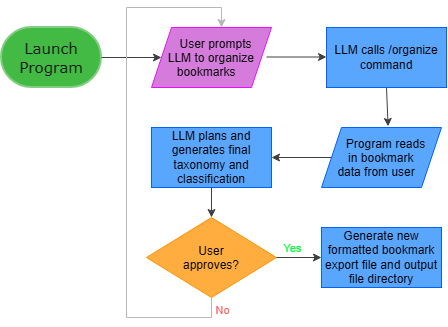
This is docs/Architectural Flowchart.drawio.png from joejoemallianjoe/Agentic-bookmark-organizer, a draw.io export, as it was before one commit. Source tidied: cells renumbered, new cells last; positions are measured from the earlier drawing's top-left corner, leaving out a move shared by most shapes.
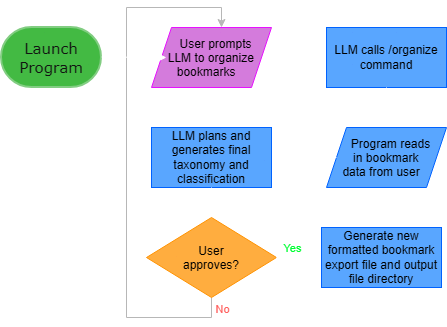
The same file after the commit.

Commit message:
Fixed architectural flowchart

The edit, as a diff of the source:
```diff
@@ -5,23 +5,14 @@
     <mxCell id="2" value="&lt;font face=&quot;Verdana&quot; style=&quot;font-size: 15px;&quot;&gt;Launch Program&lt;/font&gt;" style="strokeWidth=2;html=1;shape=mxgraph.flowchart.terminator;whiteSpace=wrap;fillColor=#008a00;fontColor=#ffffff;strokeColor=#005700;" parent="1" vertex="1">
       <mxGeometry y="20" width="100" height="60" as="geometry" />
     </mxCell>
-    <mxCell id="3" style="endArrow=classic;html=1;rounded=0;defaultLabelBackgroundColor=page;exitX=1;exitY=0.5;exitDx=0;exitDy=0;exitPerimeter=0;fillColor=#d5e8d4;strokeColor=light-dark(#82B366,#3F3F3F);" parent="1" edge="1" source="2">
-      <mxGeometry relative="1" as="geometry">
-        <mxPoint x="160" y="50" as="targetPoint" />
-      </mxGeometry>
-    </mxCell>
     <mxCell id="4" value="LLM plans and generates final taxonomy and classification" style="rounded=0;whiteSpace=wrap;html=1;strokeColor=light-dark(#000000,#0062FF);fillColor=light-dark(#FFFFFF,#59A6FF);fontColor=light-dark(#000000,#000000);" parent="1" vertex="1">
       <mxGeometry x="150" y="120" width="120" height="60" as="geometry" />
     </mxCell>
-    <mxCell id="5" style="endArrow=classic;html=1;rounded=0;defaultLabelBackgroundColor=page;exitX=1;exitY=0.5;exitDx=0;exitDy=0;exitPerimeter=0;fillColor=#d5e8d4;strokeColor=light-dark(#82B366,#3F3F3F);" parent="1" edge="1">
+    <mxCell id="5" style="endArrow=classic;html=1;rounded=0;defaultLabelBackgroundColor=page;exitX=1;exitY=0.5;exitDx=0;exitDy=0;exitPerimeter=0;fillColor=#f5f5f5;strokeColor=light-dark(#666666,#FFFFFF);strokeWidth=1;entryX=0;entryY=0.5;entryDx=0;entryDy=0;" parent="1" edge="1" target="7">
       <mxGeometry relative="1" as="geometry">
-        <mxPoint x="265" y="49.5" as="sourcePoint" />
-        <mxPoint x="325" y="49.5" as="targetPoint" />
+        <mxPoint x="260" y="49.5" as="sourcePoint" />
       </mxGeometry>
     </mxCell>
-    <mxCell id="6" style="endArrow=classic;html=1;rounded=0;defaultLabelBackgroundColor=page;exitX=0.5;exitY=1;exitDx=0;exitDy=0;fillColor=#d5e8d4;strokeColor=light-dark(#82B366,#3F3F3F);entryX=0.555;entryY=-0.018;entryDx=0;entryDy=0;entryPerimeter=0;" parent="1" edge="1" source="7" target="9">
-      <mxGeometry relative="1" as="geometry" />
-    </mxCell>
     <mxCell id="7" value="LLM calls /organize command" style="rounded=0;whiteSpace=wrap;html=1;strokeColor=light-dark(#000000,#0062FF);fillColor=light-dark(#FFFFFF,#59A6FF);fontColor=light-dark(#000000,#000000);" parent="1" vertex="1">
       <mxGeometry x="325" y="20" width="120" height="60" as="geometry" />
     </mxCell>
@@ -29,12 +20,9 @@
       <mxGeometry x="150" y="20" width="120" height="60" as="geometry" />
     </mxCell>
     <mxCell id="9" value="Program reads in bookmark data from user" style="shape=parallelogram;perimeter=parallelogramPerimeter;whiteSpace=wrap;html=1;shapeInside=1;fixedSize=1;fillColor=light-dark(#000000,#59A6FF);strokeColor=light-dark(#000000,#0062FF);fontColor=light-dark(#000000,#000000);" parent="1" vertex="1">
-      <mxGeometry x="320" y="120" width="120" height="60" as="geometry" />
+      <mxGeometry x="325" y="120" width="120" height="60" as="geometry" />
     </mxCell>
-    <mxCell id="10" style="endArrow=classic;html=1;rounded=0;defaultLabelBackgroundColor=page;exitX=0;exitY=0.5;exitDx=0;exitDy=0;fillColor=#d5e8d4;strokeColor=light-dark(#82B366,#3F3F3F);entryX=1;entryY=0.5;entryDx=0;entryDy=0;" parent="1" edge="1" source="9" target="4">
-      <mxGeometry relative="1" as="geometry" />
-    </mxCell>
-    <mxCell id="11" style="edgeStyle=orthogonalEdgeStyle;rounded=0;jettySize=auto;html=1;exitX=0.5;exitY=1;exitDx=0;exitDy=0;defaultLabelBackgroundColor=page;strokeColor=light-dark(#000000,#B7B7B7);" parent="1" edge="1" source="13" target="8">
+    <mxCell id="11" style="edgeStyle=orthogonalEdgeStyle;rounded=0;jettySize=auto;html=1;exitX=0.5;exitY=1;exitDx=0;exitDy=0;defaultLabelBackgroundColor=page;strokeColor=light-dark(#FFFFFF,#B7B7B7);" parent="1" edge="1" source="13" target="8">
       <mxGeometry x="-0.02" relative="1" as="geometry">
         <Array as="points">
           <mxPoint x="210" y="310" />
@@ -52,10 +40,7 @@
     <mxCell id="13" value="User approves?" style="rhombus;whiteSpace=wrap;html=1;shapeInside=1;fillColor=light-dark(#FFFFFF,#FFAD3F);strokeColor=light-dark(#000000,#FF9200);fontColor=light-dark(#000000,#000000);" parent="1" vertex="1">
       <mxGeometry x="145" y="210" width="130" height="80" as="geometry" />
     </mxCell>
-    <mxCell id="14" style="endArrow=classic;html=1;rounded=0;defaultLabelBackgroundColor=page;exitX=0.5;exitY=1;exitDx=0;exitDy=0;fillColor=#d5e8d4;strokeColor=light-dark(#82B366,#3F3F3F);entryX=0.5;entryY=0;entryDx=0;entryDy=0;" parent="1" edge="1" source="4" target="13">
-      <mxGeometry relative="1" as="geometry" />
-    </mxCell>
-    <mxCell id="15" style="endArrow=classic;html=1;rounded=0;defaultLabelBackgroundColor=page;exitX=1;exitY=0.5;exitDx=0;exitDy=0;fillColor=#d5e8d4;strokeColor=light-dark(#82B366,#3F3F3F);" parent="1" edge="1" source="13">
+    <mxCell id="15" style="endArrow=classic;html=1;rounded=0;defaultLabelBackgroundColor=page;exitX=1;exitY=0.5;exitDx=0;exitDy=0;fillColor=#d5e8d4;strokeColor=light-dark(#82B366, #ffffff);" parent="1" edge="1" source="13">
       <mxGeometry relative="1" as="geometry">
         <mxPoint x="320" y="250" as="targetPoint" />
       </mxGeometry>
@@ -68,5 +53,20 @@
     <mxCell id="17" value="Generate new formatted bookmark export file and output file directory" style="rounded=0;whiteSpace=wrap;html=1;strokeColor=light-dark(#000000,#0062FF);fillColor=light-dark(#FFFFFF,#59A6FF);fontColor=light-dark(#000000,#000000);" parent="1" vertex="1">
       <mxGeometry x="320" y="220" width="120" height="60" as="geometry" />
     </mxCell>
+    <mxCell id="18" style="endArrow=classic;html=1;rounded=0;defaultLabelBackgroundColor=page;exitX=1;exitY=0.5;exitDx=0;exitDy=0;exitPerimeter=0;fillColor=#f5f5f5;strokeColor=light-dark(#666666,#FFFFFF);strokeWidth=1;entryX=0;entryY=0.5;entryDx=0;entryDy=0;" parent="1" edge="1">
+      <mxGeometry relative="1" as="geometry">
+        <mxPoint x="100" y="49.5" as="sourcePoint" />
+        <mxPoint x="165" y="50" as="targetPoint" />
+      </mxGeometry>
+    </mxCell>
+    <mxCell id="6" style="endArrow=classic;html=1;rounded=0;defaultLabelBackgroundColor=page;exitX=0.5;exitY=1;exitDx=0;exitDy=0;fillColor=#f5f5f5;strokeColor=light-dark(#666666,#FFFFFF);strokeWidth=1;entryX=0.5;entryY=0;entryDx=0;entryDy=0;" parent="1" edge="1" source="7" target="9">
+      <mxGeometry relative="1" as="geometry" />
+    </mxCell>
+    <mxCell id="10" style="endArrow=classic;html=1;rounded=0;defaultLabelBackgroundColor=page;fillColor=#f5f5f5;strokeColor=light-dark(#666666,#FFFFFF);strokeWidth=1;entryX=1;entryY=0.5;entryDx=0;entryDy=0;" parent="1" edge="1" source="9" target="4">
+      <mxGeometry relative="1" as="geometry" />
+    </mxCell>
+    <mxCell id="14" style="endArrow=classic;html=1;rounded=0;defaultLabelBackgroundColor=page;fillColor=#f5f5f5;strokeColor=light-dark(#666666,#FFFFFF);strokeWidth=1;entryX=0.5;entryY=0;entryDx=0;entryDy=0;exitX=0.5;exitY=1;exitDx=0;exitDy=0;" parent="1" edge="1" source="4" target="13">
+      <mxGeometry relative="1" as="geometry" />
+    </mxCell>
   </root>
 </mxGraphModel>
```
